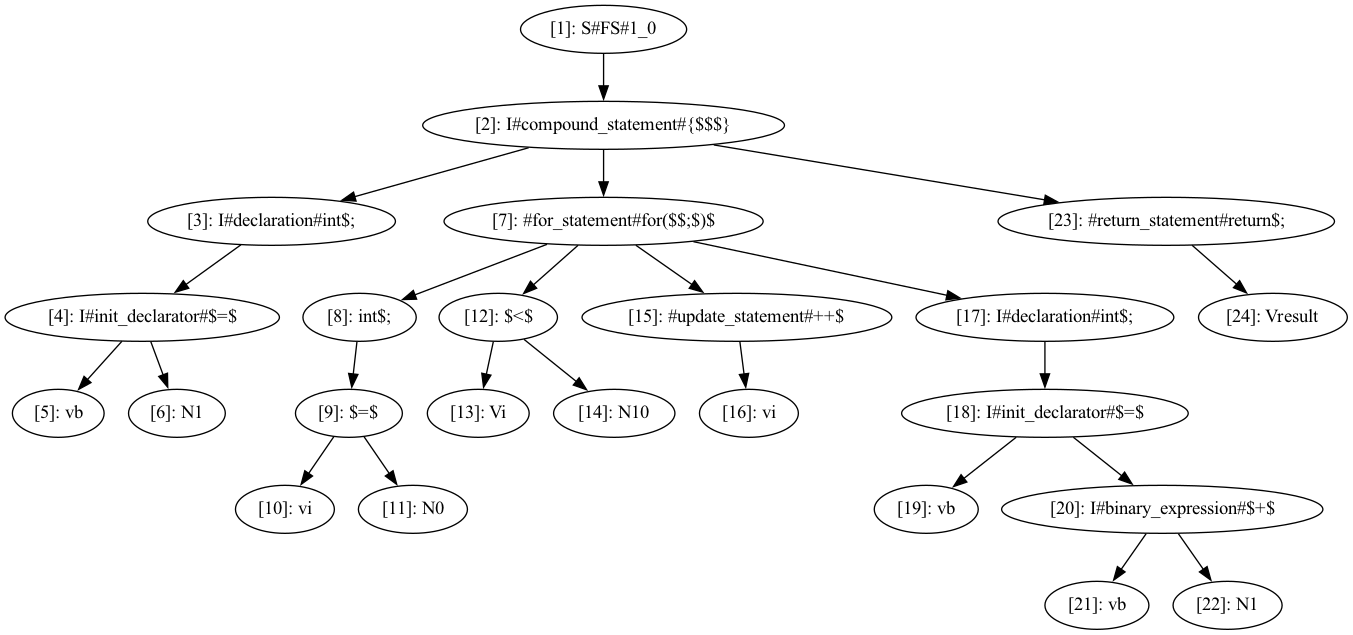
Before: cass.png, a diagram exported from Graphviz (deryaerman/DIA-System-DS-Plagiarism-Checker-GIT). Its source is kept beside it as cass.dot.
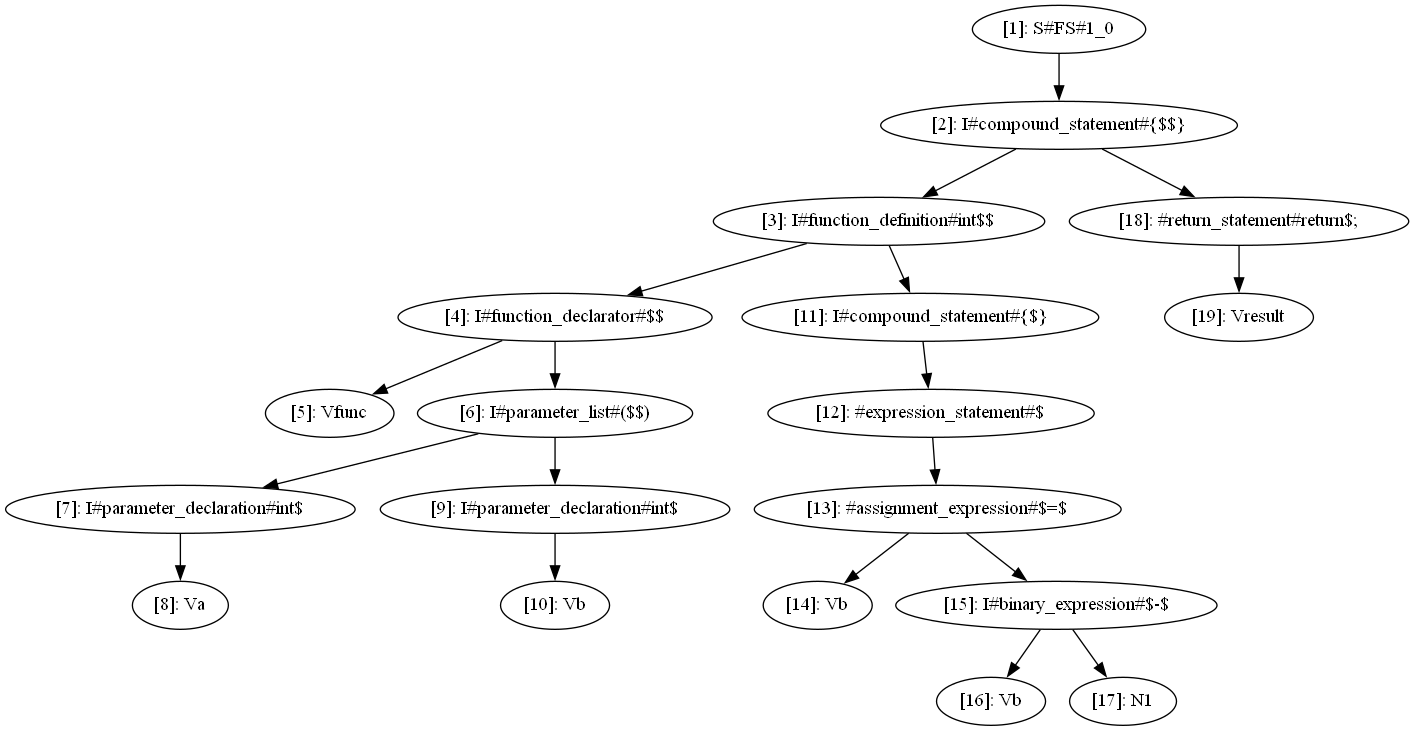
The same diagram one commit later.

What changed in the source:
```diff
@@ -1,50 +1,40 @@
 digraph CASS {
   node [shape=ellipse];
   n1 [label="[1]: S#FS#1_0"];
-  n2 [label="[2]: I#compound_statement#{$$$}"];
-  n3 [label="[3]: I#declaration#int$;"];
-  n4 [label="[4]: I#init_declarator#$=$"];
-  n5 [label="[5]: vb"];
-  n6 [label="[6]: N1"];
-  n7 [label="[7]: #for_statement#for($$;$)$"];
-  n8 [label="[8]: int$;"];
-  n9 [label="[9]: $=$"];
-  n10 [label="[10]: vi"];
-  n11 [label="[11]: N0"];
-  n12 [label="[12]: $<$"];
-  n13 [label="[13]: Vi"];
-  n14 [label="[14]: N10"];
-  n15 [label="[15]: #update_statement#++$"];
-  n16 [label="[16]: vi"];
-  n17 [label="[17]: I#declaration#int$;"];
-  n18 [label="[18]: I#init_declarator#$=$"];
-  n19 [label="[19]: vb"];
-  n20 [label="[20]: I#binary_expression#$+$"];
-  n21 [label="[21]: vb"];
-  n22 [label="[22]: N1"];
-  n23 [label="[23]: #return_statement#return$;"];
-  n24 [label="[24]: Vresult"];
+  n2 [label="[2]: I#compound_statement#{$$}"];
+  n3 [label="[3]: I#function_definition#int$$"];
+  n4 [label="[4]: I#function_declarator#$$"];
+  n5 [label="[5]: Vfunc"];
+  n6 [label="[6]: I#parameter_list#($$)"];
+  n7 [label="[7]: I#parameter_declaration#int$"];
+  n8 [label="[8]: Va"];
+  n9 [label="[9]: I#parameter_declaration#int$"];
+  n10 [label="[10]: Vb"];
+  n11 [label="[11]: I#compound_statement#{$}"];
+  n12 [label="[12]: #expression_statement#$"];
+  n13 [label="[13]: #assignment_expression#$=$"];
+  n14 [label="[14]: Vb"];
+  n15 [label="[15]: I#binary_expression#$-$"];
+  n16 [label="[16]: Vb"];
+  n17 [label="[17]: N1"];
+  n18 [label="[18]: #return_statement#return$;"];
+  n19 [label="[19]: Vresult"];
   n1 -> n2;
   n2 -> n3;
   n3 -> n4;
   n4 -> n5;
   n4 -> n6;
-  n2 -> n7;
+  n6 -> n7;
   n7 -> n8;
-  n8 -> n9;
+  n6 -> n9;
   n9 -> n10;
-  n9 -> n11;
-  n7 -> n12;
+  n3 -> n11;
+  n11 -> n12;
   n12 -> n13;
-  n12 -> n14;
-  n7 -> n15;
+  n13 -> n14;
+  n13 -> n15;
   n15 -> n16;
-  n7 -> n17;
-  n17 -> n18;
+  n15 -> n17;
+  n2 -> n18;
   n18 -> n19;
-  n18 -> n20;
-  n20 -> n21;
-  n20 -> n22;
-  n2 -> n23;
-  n23 -> n24;
 }
```
